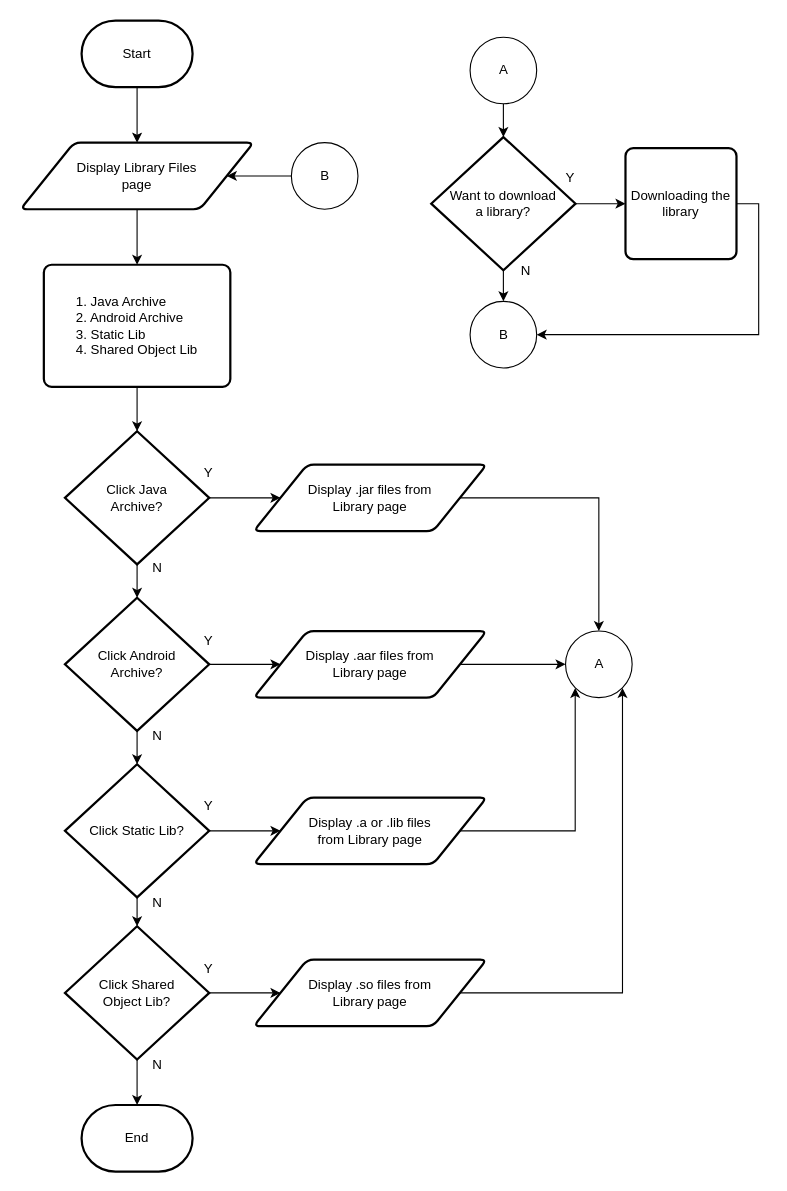
Earlier version of the draw.io diagram page "Page - LF for Member" (9 of 19) of KP2.drawio (dapzz-id/DrawIO). Source tidied: cells renumbered, new cells numbered last; positions are measured from the earlier drawing's top-left corner, leaving out a move shared by most shapes. Both pictures are drawn from the tidied source at 111%, with x=0, y=0 at pixel (20, 20).
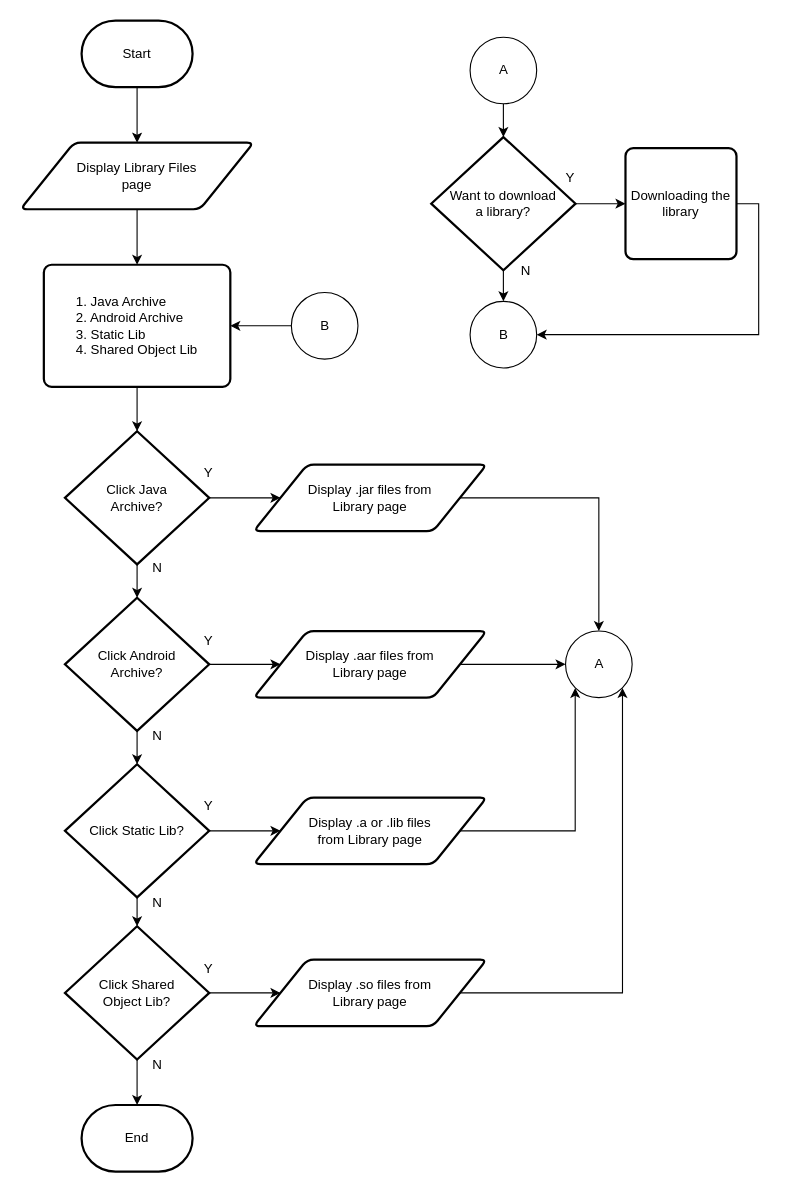
The same page after the edit.

The change refers to these unchanged cells:
```xml
<mxCell id="5" value="Display Library Files&lt;div&gt;&lt;span style=&quot;background-color: transparent; color: light-dark(rgb(0, 0, 0), rgb(255, 255, 255));&quot;&gt;page&lt;/span&gt;&lt;/div&gt;" style="shape=parallelogram;html=1;strokeWidth=2;perimeter=parallelogramPerimeter;whiteSpace=wrap;rounded=1;arcSize=12;size=0.23;" parent="1" vertex="1">
  <mxGeometry y="110" width="210" height="60" as="geometry" />
</mxCell>
<mxCell id="7" value="&lt;div style=&quot;text-align: justify;&quot;&gt;1. Java Archive&lt;/div&gt;&lt;div style=&quot;text-align: justify;&quot;&gt;2. Android Archive&lt;/div&gt;&lt;div style=&quot;text-align: justify;&quot;&gt;3. Static Lib&lt;/div&gt;&lt;div style=&quot;text-align: justify;&quot;&gt;4. Shared Object Lib&lt;br&gt;&lt;/div&gt;" style="rounded=1;whiteSpace=wrap;html=1;absoluteArcSize=1;arcSize=14;strokeWidth=2;labelBorderColor=none;" parent="1" vertex="1">
  <mxGeometry x="21" y="220" width="168" height="110" as="geometry" />
</mxCell>
```

Diff of the diagram source:
```diff
@@
-    <mxCell id="30" style="edgeStyle=orthogonalEdgeStyle;rounded=0;jettySize=auto;html=1;" parent="1" edge="1" source="31" target="5">
+    <mxCell id="30" style="edgeStyle=orthogonalEdgeStyle;rounded=0;jettySize=auto;html=1;entryX=1;entryY=0.5;entryDx=0;entryDy=0;" parent="1" edge="1" source="31" target="7">
       <mxGeometry relative="1" as="geometry" />
     </mxCell>
     <mxCell id="31" value="B" style="verticalLabelPosition=middle;verticalAlign=middle;html=1;shape=mxgraph.flowchart.on-page_reference;labelPosition=center;align=center;" parent="1" vertex="1">
-      <mxGeometry x="244" y="110" width="60" height="60" as="geometry" />
+      <mxGeometry x="244" y="245" width="60" height="60" as="geometry" />
     </mxCell>
```
